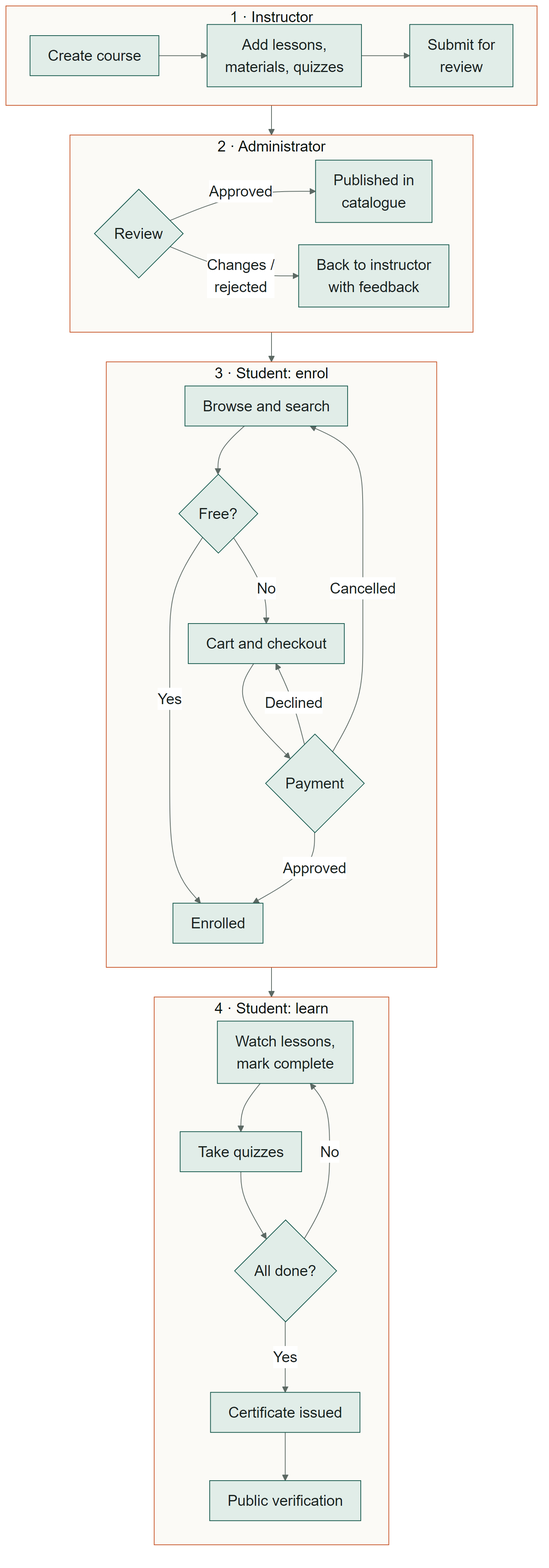
This is docs/workflow.png from Mahin7773/eShikkha, a Mermaid export, as it was before one commit. Its source is kept beside it as docs/workflow.mmd.
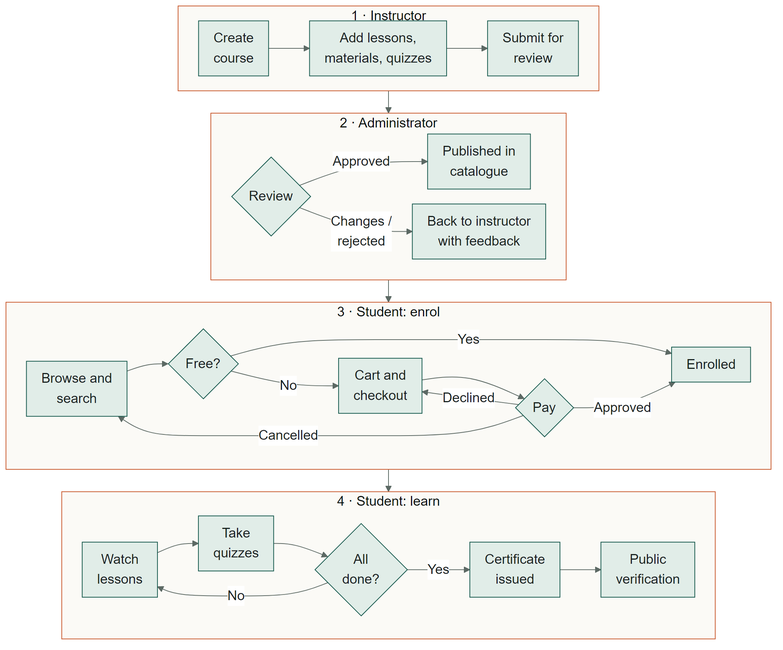
After the commit.

Commit message:
Make the workflow diagram more compact

What changed in the source:
```diff
@@ -1,7 +1,7 @@
 flowchart TD
     subgraph INS["1 · Instructor"]
         direction LR
-        A[Create course] --> B[Add lessons,<br/>materials, quizzes] --> C[Submit for<br/>review]
+        A[Create<br/>course] --> B[Add lessons,<br/>materials, quizzes] --> C[Submit for<br/>review]
     end
 
     subgraph ADM["2 · Administrator"]
@@ -11,9 +11,9 @@
     end
 
     subgraph ENR["3 · Student: enrol"]
-        direction TB
-        F[Browse and search] --> G{Free?}
-        G -- No --> H[Cart and checkout] --> I{Payment}
+        direction LR
+        F[Browse and<br/>search] --> G{Free?}
+        G -- No --> H[Cart and<br/>checkout] --> I{Pay}
         G -- Yes --> J[Enrolled]
         I -- Approved --> J
         I -- Declined --> H
@@ -21,10 +21,10 @@
     end
 
     subgraph LRN["4 · Student: learn"]
-        direction TB
-        K[Watch lessons,<br/>mark complete] --> L[Take quizzes] --> M{All done?}
+        direction LR
+        K[Watch<br/>lessons] --> L[Take<br/>quizzes] --> M{All<br/>done?}
         M -- No --> K
-        M -- Yes --> N[Certificate issued] --> O[Public verification]
+        M -- Yes --> N[Certificate<br/>issued] --> O[Public<br/>verification]
     end
 
     INS --> ADM
```
